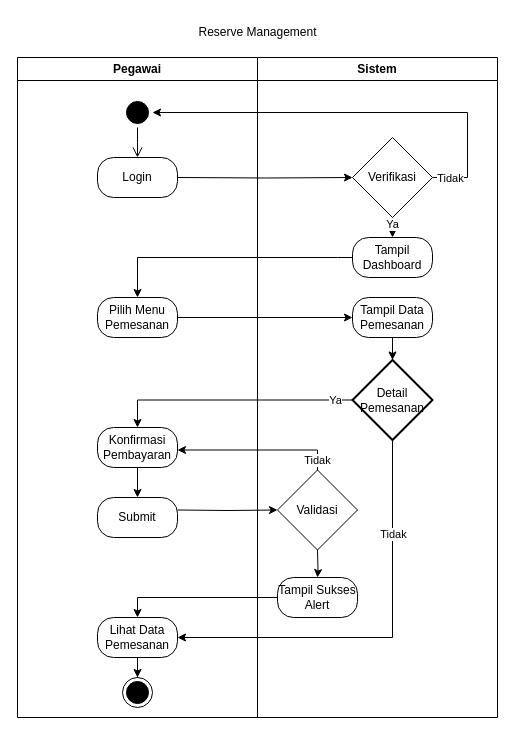
Before: diagram/activity/Activity Diagram Pegawai.drawio in wepro-v/asset, a draw.io diagram. Source tidied: cells renumbered, new cells numbered last; positions are measured from the earlier drawing's top-left corner, leaving out a move shared by most shapes. Both pictures are drawn from the tidied source at 100%, with x=0, y=0 at pixel (17, 17).
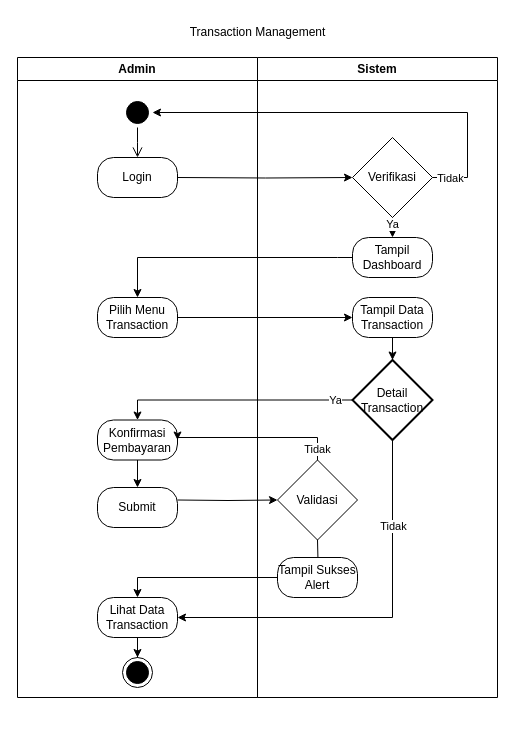
After the change.

The change refers to these unchanged cells:
```xml
<mxCell id="17" value="Verifikasi" style="rhombus;whiteSpace=wrap;html=1;" parent="14" vertex="1">
  <mxGeometry x="95" y="80" width="80" height="80" as="geometry" />
</mxCell>
```

The edit, as a diff of the source:
```diff
@@
-    <mxCell id="2" value="Pegawai" style="swimlane;whiteSpace=wrap;" parent="1" vertex="1">
-      <mxGeometry y="40" width="240" height="660" as="geometry" />
-    </mxCell>
+    <mxCell id="37" value="Admin" style="swimlane;whiteSpace=wrap;" parent="1" vertex="1">
+      <mxGeometry y="40" width="240" height="640" as="geometry" />
+    </mxCell>
-    <mxCell id="3" style="ellipse;shape=startState;fillColor=#000000;strokeColor=#000000;" parent="2" vertex="1">
+    <mxCell id="3" style="ellipse;shape=startState;fillColor=#000000;strokeColor=#000000;" parent="37" vertex="1">
       <mxGeometry x="105" y="40" width="30" height="30" as="geometry" />
     </mxCell>
-    <mxCell id="4" style="edgeStyle=elbowEdgeStyle;elbow=horizontal;verticalAlign=bottom;endArrow=open;endSize=8;strokeColor=#000000;endFill=1;rounded=0;entryX=0.5;entryY=0;entryDx=0;entryDy=0;entryPerimeter=0;" parent="2" edge="1">
-      <mxGeometry x="100" y="40" as="geometry">
-        <mxPoint x="114.7" y="100" as="sourcePoint" />
-        <mxPoint x="115" y="100" as="targetPoint" />
-      </mxGeometry>
-    </mxCell>
-    <mxCell id="5" style="edgeStyle=elbowEdgeStyle;elbow=horizontal;verticalAlign=bottom;endArrow=open;endSize=8;strokeColor=#000000;endFill=1;rounded=0;entryX=0.5;entryY=0;entryDx=0;entryDy=0;entryPerimeter=0;" parent="2" edge="1" source="3">
-      <mxGeometry x="100" y="40" as="geometry">
-        <mxPoint x="120" y="100" as="targetPoint" />
-      </mxGeometry>
-    </mxCell>
+    <mxCell id="38" style="edgeStyle=elbowEdgeStyle;elbow=horizontal;verticalAlign=bottom;endArrow=open;endSize=8;strokeColor=#000000;endFill=1;rounded=0;entryX=0.5;entryY=0;entryDx=0;entryDy=0;entryPerimeter=0;" parent="37" edge="1">
+      <mxGeometry x="100" y="40" as="geometry">
+        <mxPoint x="114.7" y="100" as="sourcePoint" />
+        <mxPoint x="115" y="100" as="targetPoint" />
+      </mxGeometry>
+    </mxCell>
+    <mxCell id="39" style="edgeStyle=elbowEdgeStyle;elbow=horizontal;verticalAlign=bottom;endArrow=open;endSize=8;strokeColor=#000000;endFill=1;rounded=0;entryX=0.5;entryY=0;entryDx=0;entryDy=0;entryPerimeter=0;" parent="37" edge="1" source="3">
+      <mxGeometry x="100" y="40" as="geometry">
+        <mxPoint x="120" y="100" as="targetPoint" />
+      </mxGeometry>
+    </mxCell>
-    <mxCell id="6" value="Login" style="rounded=1;whiteSpace=wrap;html=1;arcSize=40;fontColor=#000000;fillColor=#FFFFFF;strokeColor=#000000;" parent="2" vertex="1">
+    <mxCell id="6" value="Login" style="rounded=1;whiteSpace=wrap;html=1;arcSize=40;fontColor=#000000;fillColor=#FFFFFF;strokeColor=#000000;" parent="37" vertex="1">
       <mxGeometry x="80" y="100" width="80" height="40" as="geometry" />
     </mxCell>
-    <mxCell id="7" value="Pilih Menu Pemesanan" style="rounded=1;whiteSpace=wrap;html=1;arcSize=40;fontColor=#000000;fillColor=#FFFFFF;strokeColor=#000000;" parent="2" vertex="1">
-      <mxGeometry x="80" y="240" width="80" height="40" as="geometry" />
-    </mxCell>
+    <mxCell id="40" value="Pilih Menu Transaction" style="rounded=1;whiteSpace=wrap;html=1;arcSize=40;fontColor=#000000;fillColor=#FFFFFF;strokeColor=#000000;" parent="37" vertex="1">
+      <mxGeometry x="80" y="240" width="80" height="40" as="geometry" />
+    </mxCell>
-    <mxCell id="8" style="edgeStyle=orthogonalEdgeStyle;rounded=0;jettySize=auto;html=1;" parent="2" edge="1" source="9" target="10">
+    <mxCell id="8" style="edgeStyle=orthogonalEdgeStyle;rounded=0;jettySize=auto;html=1;" parent="37" edge="1" source="9" target="10">
       <mxGeometry relative="1" as="geometry" />
     </mxCell>
-    <mxCell id="9" value="Konfirmasi Pembayaran" style="rounded=1;whiteSpace=wrap;html=1;arcSize=40;fontColor=#000000;fillColor=#FFFFFF;strokeColor=#000000;" parent="2" vertex="1">
-      <mxGeometry x="80" y="370" width="80" height="40" as="geometry" />
+    <mxCell id="9" value="Konfirmasi Pembayaran" style="rounded=1;whiteSpace=wrap;html=1;arcSize=40;fontColor=#000000;fillColor=#FFFFFF;strokeColor=#000000;" parent="37" vertex="1">
+      <mxGeometry x="80" y="362.5" width="80" height="40" as="geometry" />
     </mxCell>
-    <mxCell id="10" value="Submit" style="rounded=1;whiteSpace=wrap;html=1;arcSize=40;fontColor=#000000;fillColor=#FFFFFF;strokeColor=#000000;" parent="2" vertex="1">
-      <mxGeometry x="80" y="440" width="80" height="40" as="geometry" />
+    <mxCell id="10" value="Submit" style="rounded=1;whiteSpace=wrap;html=1;arcSize=40;fontColor=#000000;fillColor=#FFFFFF;strokeColor=#000000;" parent="37" vertex="1">
+      <mxGeometry x="80" y="430" width="80" height="40" as="geometry" />
     </mxCell>
-    <mxCell id="11" value="Lihat Data Pemesanan" style="rounded=1;whiteSpace=wrap;html=1;arcSize=40;fontColor=#000000;fillColor=#FFFFFF;strokeColor=#000000;" parent="2" vertex="1">
-      <mxGeometry x="80" y="560" width="80" height="40" as="geometry" />
-    </mxCell>
-    <mxCell id="12" style="ellipse;shape=endState;fillColor=#000000;strokeColor=#000000;" parent="2" vertex="1">
-      <mxGeometry x="105" y="620" width="30" height="30" as="geometry" />
-    </mxCell>
-    <mxCell id="13" style="edgeStyle=orthogonalEdgeStyle;rounded=0;jettySize=auto;html=1;" parent="2" edge="1" source="11" target="12">
-      <mxGeometry relative="1" as="geometry" />
-    </mxCell>
+    <mxCell id="41" value="Lihat Data Transaction" style="rounded=1;whiteSpace=wrap;html=1;arcSize=40;fontColor=#000000;fillColor=#FFFFFF;strokeColor=#000000;" parent="37" vertex="1">
+      <mxGeometry x="80" y="540" width="80" height="40" as="geometry" />
+    </mxCell>
+    <mxCell id="42" style="ellipse;shape=endState;fillColor=#000000;strokeColor=#000000;" parent="37" vertex="1">
+      <mxGeometry x="105" y="600" width="30" height="30" as="geometry" />
+    </mxCell>
+    <mxCell id="43" style="edgeStyle=orthogonalEdgeStyle;rounded=0;jettySize=auto;html=1;" parent="37" edge="1" source="41" target="42">
+      <mxGeometry relative="1" as="geometry" />
+    </mxCell>
     <mxCell id="14" value="Sistem" style="swimlane;whiteSpace=wrap;startSize=23;" parent="1" vertex="1">
-      <mxGeometry x="240" y="40" width="240" height="660" as="geometry" />
+      <mxGeometry x="240" y="40" width="240" height="640" as="geometry" />
     </mxCell>
@@
-    <mxCell id="16" value="Detail Pemesanan" style="strokeWidth=2;html=1;shape=mxgraph.flowchart.decision;whiteSpace=wrap;" parent="14" vertex="1">
-      <mxGeometry x="95" y="302.5" width="80" height="80" as="geometry" />
-    </mxCell>
+    <mxCell id="44" value="Detail Transaction" style="strokeWidth=2;html=1;shape=mxgraph.flowchart.decision;whiteSpace=wrap;" parent="14" vertex="1">
+      <mxGeometry x="95" y="302.5" width="80" height="80" as="geometry" />
+    </mxCell>
@@
     <mxCell id="18" value="Validasi" style="rhombus;whiteSpace=wrap;html=1;" parent="14" vertex="1">
-      <mxGeometry x="20" y="412.5" width="80" height="80" as="geometry" />
+      <mxGeometry x="20" y="402.5" width="80" height="80" as="geometry" />
     </mxCell>
@@
-    <mxCell id="20" style="edgeStyle=orthogonalEdgeStyle;rounded=0;jettySize=auto;html=1;" parent="14" edge="1" source="21" target="16">
-      <mxGeometry relative="1" as="geometry" />
-    </mxCell>
-    <mxCell id="21" value="Tampil Data Pemesanan" style="rounded=1;whiteSpace=wrap;html=1;arcSize=40;fontColor=#000000;fillColor=#FFFFFF;strokeColor=#000000;" parent="14" vertex="1">
-      <mxGeometry x="95" y="240" width="80" height="40" as="geometry" />
-    </mxCell>
-    <mxCell id="22" style="edgeStyle=orthogonalEdgeStyle;rounded=0;jettySize=auto;html=1;entryX=1;entryY=0.5;entryDx=0;entryDy=0;" parent="14" edge="1" target="11">
-      <mxGeometry relative="1" as="geometry">
-        <mxPoint x="135" y="382.5" as="sourcePoint" />
-        <Array as="points">
-          <mxPoint x="135" y="580" />
-        </Array>
-      </mxGeometry>
-    </mxCell>
+    <mxCell id="45" style="edgeStyle=orthogonalEdgeStyle;rounded=0;jettySize=auto;html=1;entryX=0.5;entryY=0;entryDx=0;entryDy=0;entryPerimeter=0;" parent="14" edge="1" source="46" target="44">
+      <mxGeometry relative="1" as="geometry" />
+    </mxCell>
+    <mxCell id="46" value="Tampil Data Transaction" style="rounded=1;whiteSpace=wrap;html=1;arcSize=40;fontColor=#000000;fillColor=#FFFFFF;strokeColor=#000000;" parent="14" vertex="1">
+      <mxGeometry x="95" y="240" width="80" height="40" as="geometry" />
+    </mxCell>
+    <mxCell id="47" style="edgeStyle=orthogonalEdgeStyle;rounded=0;jettySize=auto;html=1;entryX=1;entryY=0.5;entryDx=0;entryDy=0;" parent="14" edge="1" target="41">
+      <mxGeometry relative="1" as="geometry">
+        <mxPoint x="135" y="382.5" as="sourcePoint" />
+        <Array as="points">
+          <mxPoint x="135" y="560" />
+        </Array>
+      </mxGeometry>
+    </mxCell>
-    <mxCell id="23" value="Tidak" style="edgeLabel;html=1;align=center;verticalAlign=middle;" parent="22" vertex="1">
+    <mxCell id="23" value="Tidak" style="edgeLabel;html=1;align=center;verticalAlign=middle;" parent="47" vertex="1">
       <mxGeometry x="-0.2" y="2" relative="1" as="geometry">
         <mxPoint x="-2" y="-71" as="offset" />
       </mxGeometry>
     </mxCell>
-    <mxCell id="24" style="edgeStyle=orthogonalEdgeStyle;rounded=0;jettySize=auto;html=1;" parent="14" edge="1" target="25">
-      <mxGeometry relative="1" as="geometry">
-        <mxPoint x="60" y="492.5" as="sourcePoint" />
-      </mxGeometry>
-    </mxCell>
+    <mxCell id="48" style="edgeStyle=orthogonalEdgeStyle;rounded=0;jettySize=auto;html=1;" parent="14" edge="1" target="25">
+      <mxGeometry relative="1" as="geometry">
+        <mxPoint x="60" y="482.5" as="sourcePoint" />
+      </mxGeometry>
+    </mxCell>
     <mxCell id="25" value="Tampil Sukses Alert" style="rounded=1;whiteSpace=wrap;html=1;arcSize=40;fontColor=#000000;fillColor=#FFFFFF;strokeColor=#000000;" parent="14" vertex="1">
-      <mxGeometry x="20" y="520" width="80" height="40" as="geometry" />
+      <mxGeometry x="20" y="500" width="80" height="40" as="geometry" />
     </mxCell>
-    <mxCell id="26" style="edgeStyle=orthogonalEdgeStyle;rounded=0;jettySize=auto;html=1;entryX=0;entryY=0.5;entryDx=0;entryDy=0;exitX=1;exitY=0.5;exitDx=0;exitDy=0;" parent="1" edge="1" target="17">
-      <mxGeometry relative="1" as="geometry">
-        <mxPoint x="160" y="160" as="sourcePoint" />
-      </mxGeometry>
-    </mxCell>
-    <mxCell id="27" style="edgeStyle=orthogonalEdgeStyle;rounded=0;orthogonalLoop=1;jettySize=auto;html=1;entryX=0.5;entryY=0;entryDx=0;entryDy=0;exitX=0;exitY=0.5;exitDx=0;exitDy=0;" parent="1" edge="1">
-      <mxGeometry relative="1" as="geometry">
-        <mxPoint x="335" y="240" as="sourcePoint" />
-        <mxPoint x="120" y="280" as="targetPoint" />
-        <Array as="points">
-          <mxPoint x="320" y="240" />
-          <mxPoint x="120" y="240" />
-        </Array>
-      </mxGeometry>
-    </mxCell>
-    <mxCell id="28" value="Reserve Management" style="text;html=1;align=center;verticalAlign=middle;strokeColor=none;fillColor=none;" parent="1" vertex="1">
-      <mxGeometry x="170" width="140" height="30" as="geometry" />
-    </mxCell>
-    <mxCell id="29" style="edgeStyle=orthogonalEdgeStyle;rounded=0;orthogonalLoop=1;jettySize=auto;html=1;entryX=0;entryY=0.5;entryDx=0;entryDy=0;" parent="1" edge="1">
-      <mxGeometry relative="1" as="geometry">
-        <mxPoint x="160" y="300" as="sourcePoint" />
-        <mxPoint x="335" y="300" as="targetPoint" />
-      </mxGeometry>
-    </mxCell>
+    <mxCell id="49" style="edgeStyle=orthogonalEdgeStyle;rounded=0;jettySize=auto;html=1;entryX=0;entryY=0.5;entryDx=0;entryDy=0;exitX=1;exitY=0.5;exitDx=0;exitDy=0;" parent="1" edge="1" target="17">
+      <mxGeometry relative="1" as="geometry">
+        <mxPoint x="160" y="160" as="sourcePoint" />
+      </mxGeometry>
+    </mxCell>
+    <mxCell id="50" style="edgeStyle=orthogonalEdgeStyle;rounded=0;orthogonalLoop=1;jettySize=auto;html=1;entryX=0.5;entryY=0;entryDx=0;entryDy=0;exitX=0;exitY=0.5;exitDx=0;exitDy=0;" parent="1" edge="1">
+      <mxGeometry relative="1" as="geometry">
+        <mxPoint x="335" y="240" as="sourcePoint" />
+        <mxPoint x="120" y="280" as="targetPoint" />
+        <Array as="points">
+          <mxPoint x="320" y="240" />
+          <mxPoint x="120" y="240" />
+        </Array>
+      </mxGeometry>
+    </mxCell>
+    <mxCell id="51" value="Transaction Management" style="text;html=1;align=center;verticalAlign=middle;strokeColor=none;fillColor=none;" parent="1" vertex="1">
+      <mxGeometry x="160" width="160" height="30" as="geometry" />
+    </mxCell>
+    <mxCell id="52" style="edgeStyle=orthogonalEdgeStyle;rounded=0;orthogonalLoop=1;jettySize=auto;html=1;entryX=0;entryY=0.5;entryDx=0;entryDy=0;" parent="1" edge="1">
+      <mxGeometry relative="1" as="geometry">
+        <mxPoint x="160" y="300" as="sourcePoint" />
+        <mxPoint x="335" y="300" as="targetPoint" />
+      </mxGeometry>
+    </mxCell>
@@
-    <mxCell id="32" style="edgeStyle=orthogonalEdgeStyle;rounded=0;jettySize=auto;html=1;entryX=0.5;entryY=0;entryDx=0;entryDy=0;exitX=0;exitY=0.5;exitDx=0;exitDy=0;exitPerimeter=0;" parent="1" edge="1" source="16" target="9">
-      <mxGeometry relative="1" as="geometry" />
-    </mxCell>
+    <mxCell id="53" style="edgeStyle=orthogonalEdgeStyle;rounded=0;jettySize=auto;html=1;entryX=0.5;entryY=0;entryDx=0;entryDy=0;exitX=0;exitY=0.5;exitDx=0;exitDy=0;exitPerimeter=0;" parent="1" edge="1" source="44" target="9">
+      <mxGeometry relative="1" as="geometry" />
+    </mxCell>
-    <mxCell id="33" value="Ya" style="edgeLabel;html=1;align=center;verticalAlign=middle;" parent="32" vertex="1">
+    <mxCell id="33" value="Ya" style="edgeLabel;html=1;align=center;verticalAlign=middle;" parent="53" vertex="1">
       <mxGeometry x="-0.91" y="-1" relative="1" as="geometry">
         <mxPoint x="-7" y="1" as="offset" />
       </mxGeometry>
     </mxCell>
-    <mxCell id="34" style="edgeStyle=orthogonalEdgeStyle;rounded=0;jettySize=auto;html=1;" parent="1" edge="1" target="18">
-      <mxGeometry relative="1" as="geometry">
-        <mxPoint x="160" y="492.5" as="sourcePoint" />
-      </mxGeometry>
-    </mxCell>
+    <mxCell id="54" style="edgeStyle=orthogonalEdgeStyle;rounded=0;jettySize=auto;html=1;" parent="1" edge="1" target="18">
+      <mxGeometry relative="1" as="geometry">
+        <mxPoint x="160" y="482.5" as="sourcePoint" />
+      </mxGeometry>
+    </mxCell>
-    <mxCell id="35" value="Tidak" style="edgeStyle=orthogonalEdgeStyle;rounded=0;jettySize=auto;html=1;endArrow=classic;endFill=1;strokeColor=default;endSize=6;startSize=6;jumpSize=6;entryX=1;entryY=0.5;entryDx=0;entryDy=0;" parent="1" edge="1" source="18">
+    <mxCell id="35" value="Tidak" style="edgeStyle=orthogonalEdgeStyle;rounded=0;jettySize=auto;html=1;endArrow=classic;endFill=1;strokeColor=default;endSize=6;startSize=6;jumpSize=6;entryX=1;entryY=0.5;entryDx=0;entryDy=0;" parent="1" edge="1" source="18" target="9">
       <mxGeometry x="-0.87" relative="1" as="geometry">
-        <mxPoint x="160" y="432.5" as="targetPoint" />
         <Array as="points">
-          <mxPoint x="300" y="433" />
-          <mxPoint x="160" y="433" />
+          <mxPoint x="300" y="420" />
+          <mxPoint x="160" y="420" />
         </Array>
       </mxGeometry>
     </mxCell>
-    <mxCell id="36" style="edgeStyle=orthogonalEdgeStyle;rounded=0;jettySize=auto;html=1;exitX=0;exitY=0.5;exitDx=0;exitDy=0;entryX=0.5;entryY=0;entryDx=0;entryDy=0;" parent="1" edge="1" source="25" target="11">
-      <mxGeometry relative="1" as="geometry" />
-    </mxCell>
+    <mxCell id="55" style="edgeStyle=orthogonalEdgeStyle;rounded=0;jettySize=auto;html=1;exitX=0;exitY=0.5;exitDx=0;exitDy=0;entryX=0.5;entryY=0;entryDx=0;entryDy=0;" parent="1" edge="1" source="25" target="41">
+      <mxGeometry relative="1" as="geometry" />
+    </mxCell>
```
